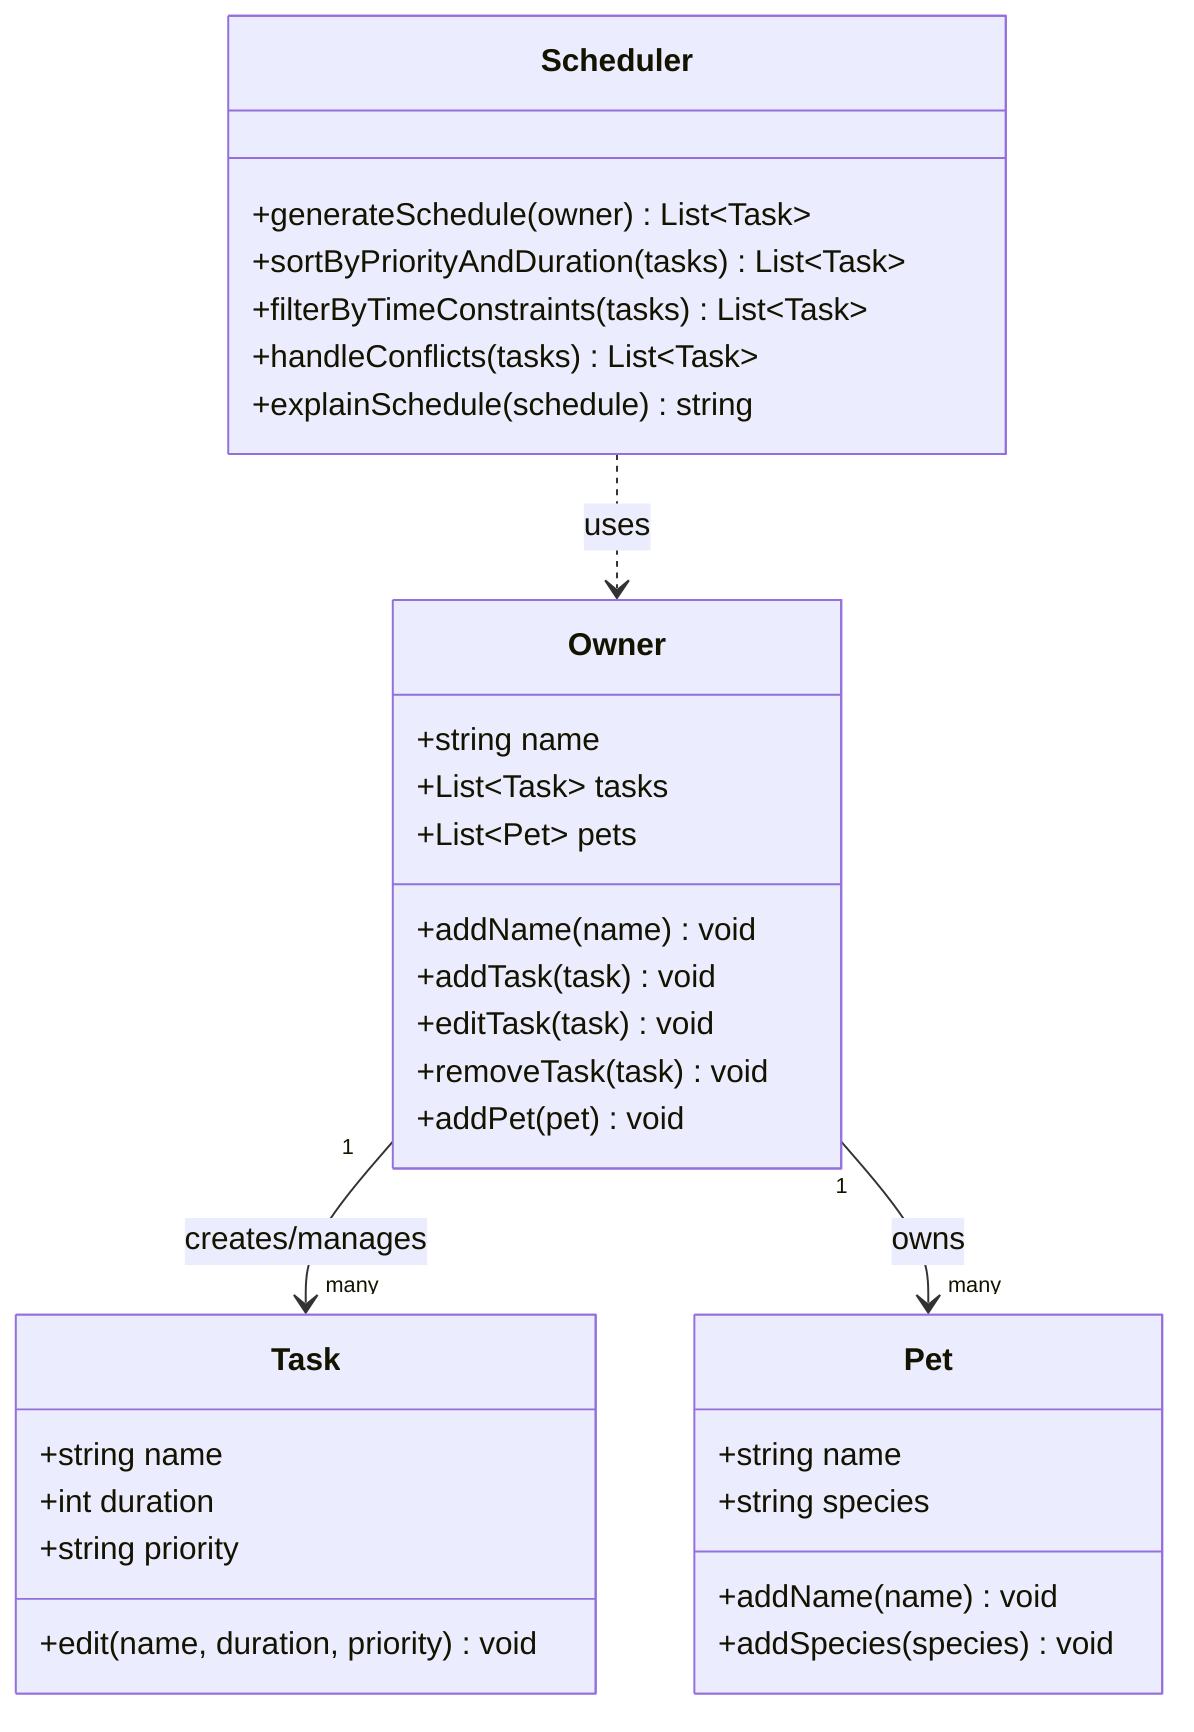
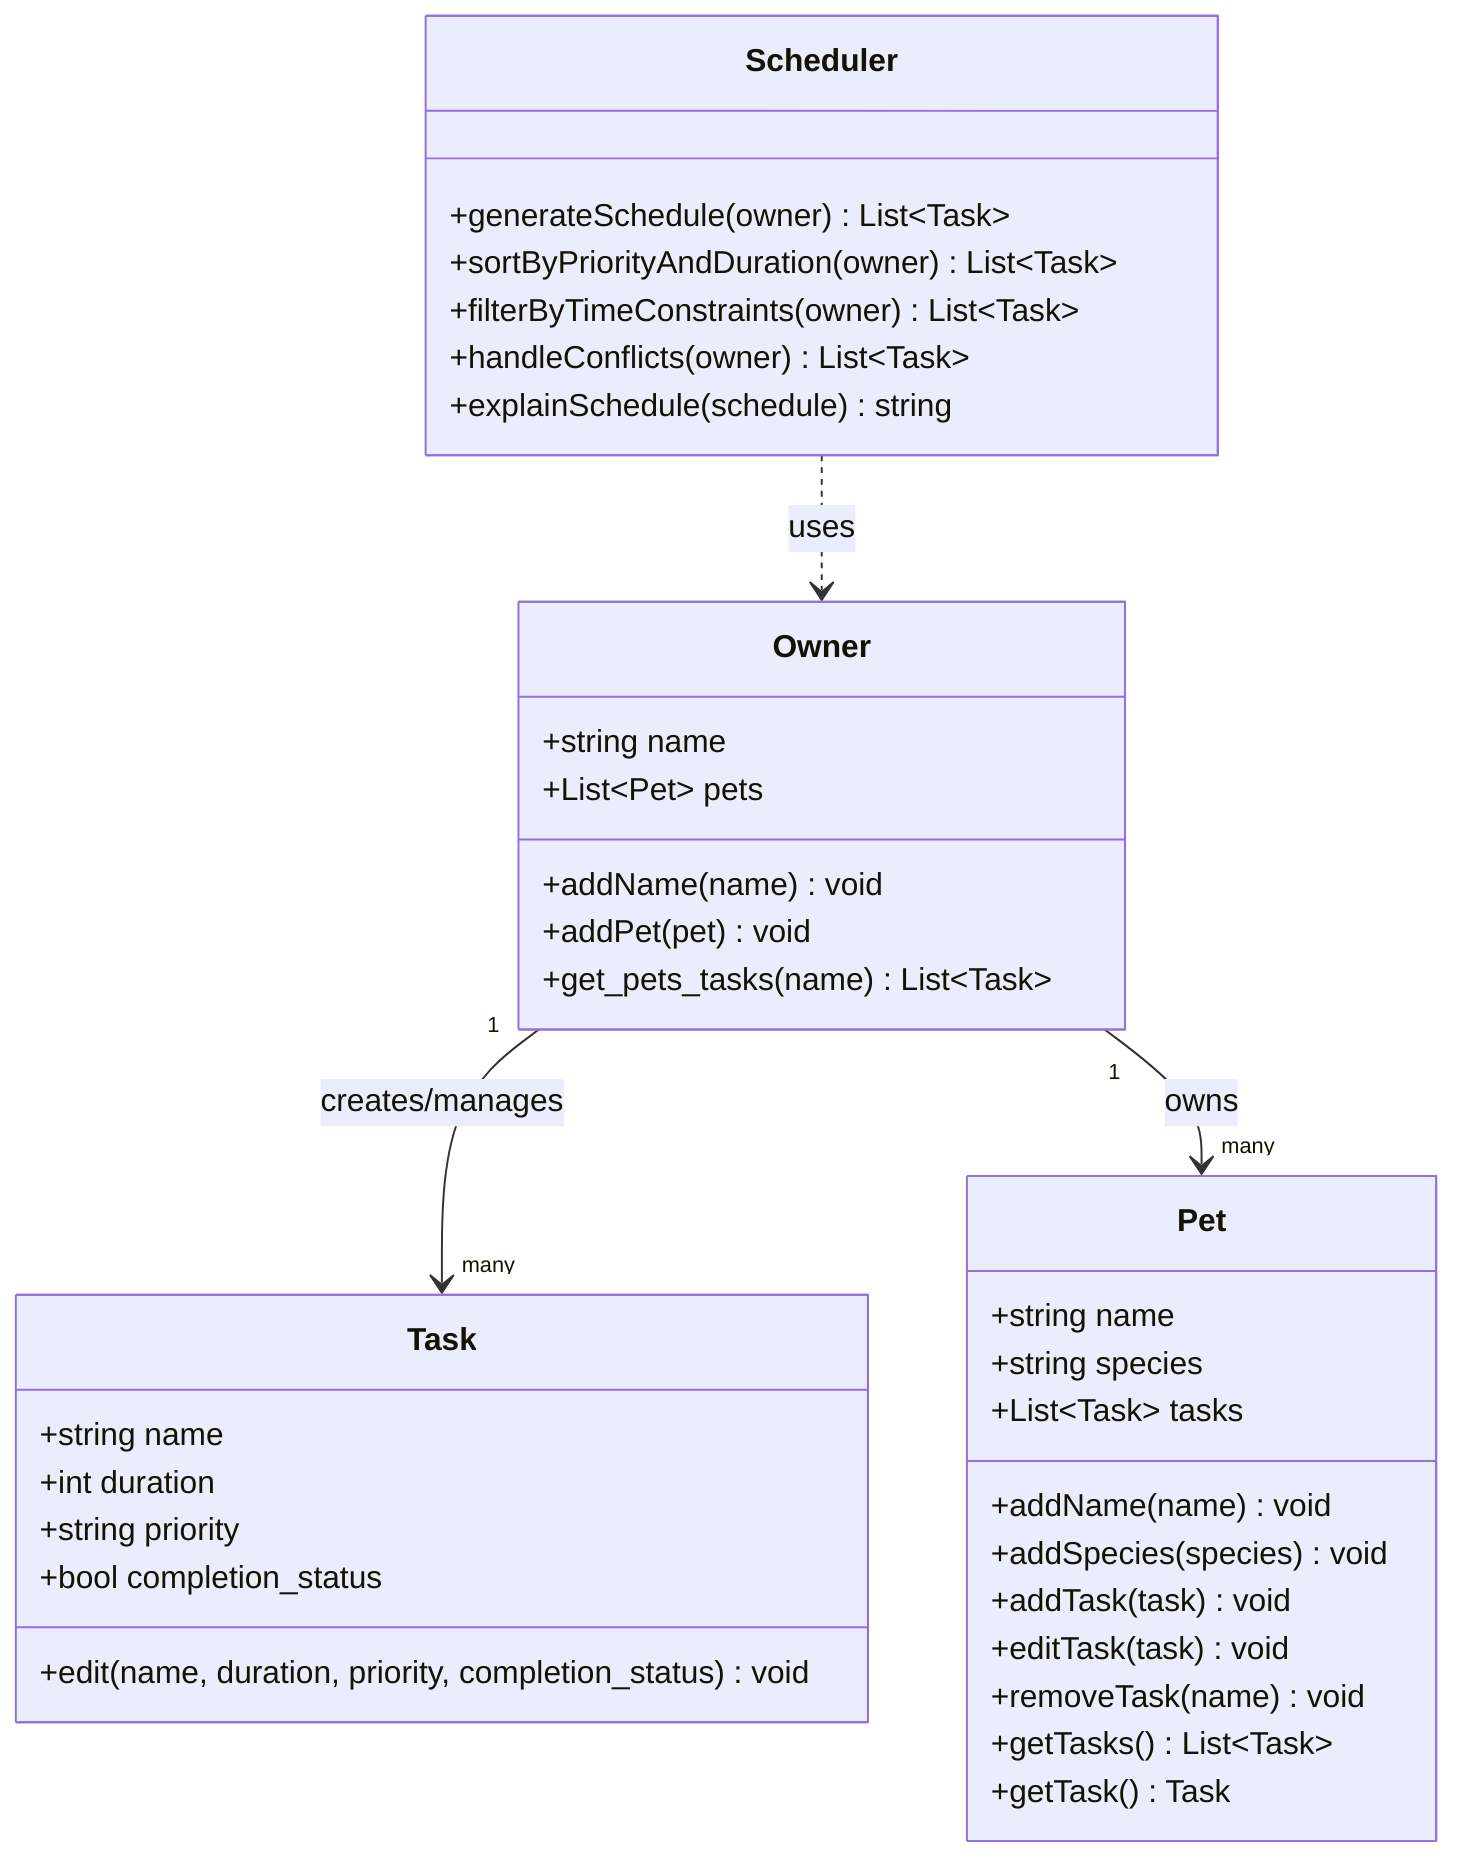
classDiagram
    class Task {
        +string name
        +int duration
        +string priority
-         +edit(name, duration, priority) void
+         +bool completion_status
+         +edit(name, duration, priority, completion_status) void
    }

    class Owner {
        +string name
-         +List~Task~ tasks
        +List~Pet~ pets
        +addName(name) void
-         +addTask(task) void
-         +editTask(task) void
-         +removeTask(task) void
        +addPet(pet) void
+         +get_pets_tasks(name) List~Task~
    }

    class Pet {
        +string name
        +string species
+         +List~Task~ tasks
        +addName(name) void
        +addSpecies(species) void
+         +addTask(task) void
+         +editTask(task) void
+         +removeTask(name) void
+         +getTasks() List~Task~
+         +getTask() Task
    }

    class Scheduler {
        +generateSchedule(owner) List~Task~
-         +sortByPriorityAndDuration(tasks) List~Task~
-         +filterByTimeConstraints(tasks) List~Task~
-         +handleConflicts(tasks) List~Task~
+         +sortByPriorityAndDuration(owner) List~Task~
+         +filterByTimeConstraints(owner) List~Task~
+         +handleConflicts(owner) List~Task~
        +explainSchedule(schedule) string
    }

    Owner "1" --> "many" Task : creates/manages
    Owner "1" --> "many" Pet : owns
    Scheduler ..> Owner : uses
